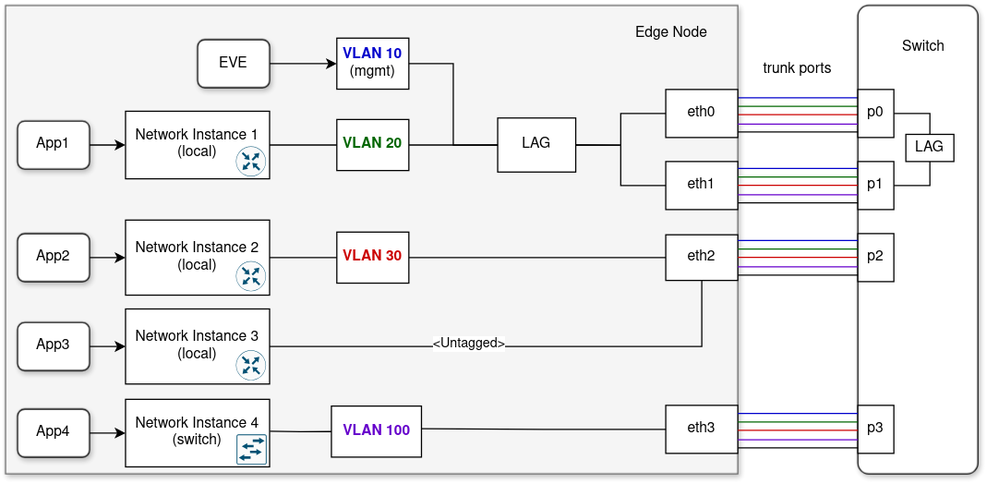
This is docs/images/eve-vlans-and-lags.png from lf-edge/eve, a draw.io export, as it was before one commit. Source tidied: cells renumbered, new cells last; positions are measured from the earlier drawing's top-left corner, leaving out a move shared by most shapes.
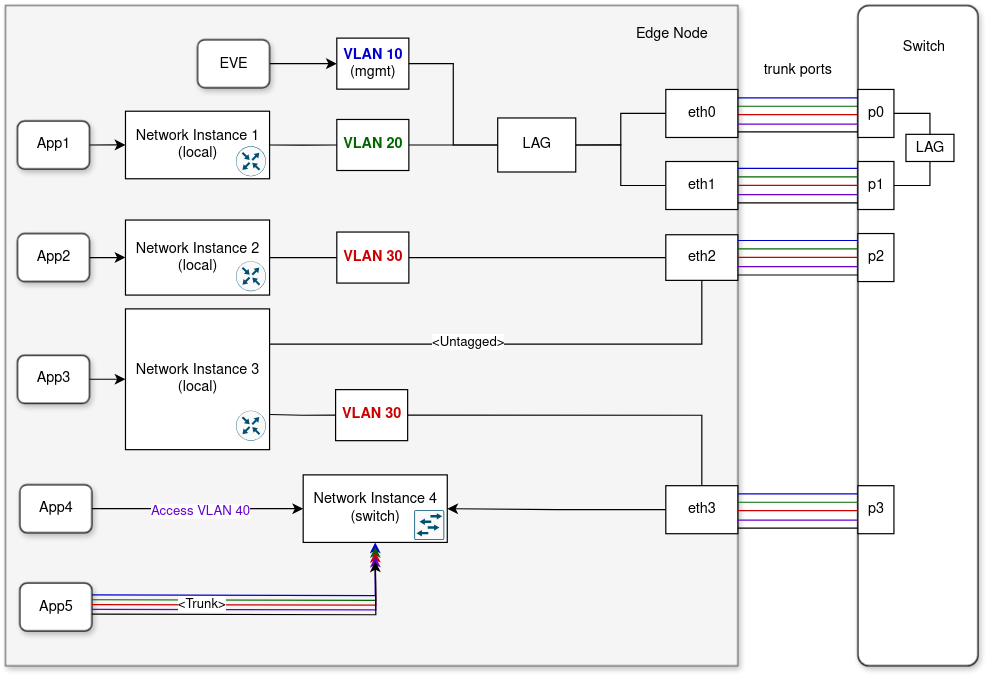
The same diagram one commit later.

Diff of the diagram source:
```diff
@@ -3,7 +3,7 @@
     <mxCell id="0" />
     <mxCell id="1" parent="0" />
     <mxCell id="2" style="rounded=0;whiteSpace=wrap;html=1;fillColor=#f5f5f5;fontColor=#333333;strokeColor=#666666;shadow=1;" parent="1" vertex="1">
-      <mxGeometry width="610" height="390" as="geometry" />
+      <mxGeometry width="610" height="550" as="geometry" />
     </mxCell>
     <mxCell id="3" style="edgeStyle=orthogonalEdgeStyle;rounded=0;jettySize=auto;html=1;exitX=1;exitY=0.5;exitDx=0;exitDy=0;entryX=0;entryY=0.5;entryDx=0;entryDy=0;" parent="1" edge="1" source="4" target="23">
       <mxGeometry relative="1" as="geometry" />
@@ -54,7 +54,7 @@
       <mxGeometry x="160" y="28.5" width="60" height="40" as="geometry" />
     </mxCell>
     <mxCell id="16" style="rounded=1;whiteSpace=wrap;html=1;shadow=1;arcSize=9;" parent="1" vertex="1">
-      <mxGeometry x="710" width="100" height="390" as="geometry" />
+      <mxGeometry x="710" width="100" height="550" as="geometry" />
     </mxCell>
     <mxCell id="17" value="eth1" style="rounded=0;whiteSpace=wrap;html=1;shadow=0;" parent="1" vertex="1">
       <mxGeometry x="550" y="130" width="60" height="40" as="geometry" />
@@ -83,7 +83,7 @@
     <mxCell id="25" value="Network Instance 2&lt;br&gt;(local)" style="rounded=0;whiteSpace=wrap;html=1;shadow=0;" parent="1" vertex="1">
       <mxGeometry x="100" y="178.8" width="120" height="62.5" as="geometry" />
     </mxCell>
-    <mxCell id="26" style="edgeStyle=orthogonalEdgeStyle;rounded=0;jettySize=auto;html=1;exitX=0.5;exitY=1;exitDx=0;exitDy=0;entryX=1;entryY=0.5;entryDx=0;entryDy=0;endArrow=none;endFill=0;" parent="1" edge="1" source="28" target="66">
+    <mxCell id="26" style="edgeStyle=orthogonalEdgeStyle;rounded=0;jettySize=auto;html=1;exitX=0.5;exitY=1;exitDx=0;exitDy=0;entryX=1;entryY=0.25;entryDx=0;entryDy=0;endArrow=none;endFill=0;" parent="1" edge="1" source="28" target="66">
       <mxGeometry relative="1" as="geometry" />
     </mxCell>
     <mxCell id="27" value="&amp;lt;Untagged&amp;gt;" style="edgeLabel;html=1;align=center;verticalAlign=middle;" parent="26" vertex="1">
@@ -98,30 +98,18 @@
     <mxCell id="30" value="App2" style="rounded=1;whiteSpace=wrap;html=1;shadow=1;" parent="1" vertex="1">
       <mxGeometry x="10" y="190" width="60" height="40" as="geometry" />
     </mxCell>
+    <mxCell id="72" style="edgeStyle=orthogonalEdgeStyle;rounded=0;jettySize=auto;html=1;exitX=0.5;exitY=0;exitDx=0;exitDy=0;entryX=1;entryY=0.5;entryDx=0;entryDy=0;endArrow=none;endFill=0;" parent="1" edge="1" source="31" target="83">
+      <mxGeometry relative="1" as="geometry" />
+    </mxCell>
     <mxCell id="31" value="eth3" style="rounded=0;whiteSpace=wrap;html=1;shadow=0;" parent="1" vertex="1">
-      <mxGeometry x="550" y="333" width="60" height="40" as="geometry" />
+      <mxGeometry x="550" y="400" width="60" height="40" as="geometry" />
     </mxCell>
-    <mxCell id="32" value="Network Instance 4&lt;br&gt;(switch)" style="rounded=0;whiteSpace=wrap;html=1;shadow=0;" parent="1" vertex="1">
-      <mxGeometry x="100" y="328" width="120" height="56.2" as="geometry" />
-    </mxCell>
     <mxCell id="33" style="sketch=0;verticalLabelPosition=bottom;html=1;verticalAlign=top;align=center;shape=mxgraph.cisco19.rect;prIcon=router;fillColor=#FAFAFA;strokeColor=#005073;" parent="1" vertex="1">
       <mxGeometry x="192" y="117.4" width="25" height="25" as="geometry" />
     </mxCell>
     <mxCell id="34" style="sketch=0;verticalLabelPosition=bottom;html=1;verticalAlign=top;align=center;shape=mxgraph.cisco19.rect;prIcon=router;fillColor=#FAFAFA;strokeColor=#005073;" parent="1" vertex="1">
       <mxGeometry x="192" y="213" width="25" height="25" as="geometry" />
     </mxCell>
-    <mxCell id="35" style="sketch=0;verticalLabelPosition=bottom;html=1;verticalAlign=top;align=center;shape=mxgraph.cisco19.rect;prIcon=l2_switch;fillColor=#FAFAFA;strokeColor=#005073;" parent="1" vertex="1">
-      <mxGeometry x="192.5" y="357.2" width="25" height="25" as="geometry" />
-    </mxCell>
-    <mxCell id="36" style="edgeStyle=orthogonalEdgeStyle;rounded=0;jettySize=auto;html=1;exitX=0;exitY=0.5;exitDx=0;exitDy=0;entryX=1.002;entryY=0.471;entryDx=0;entryDy=0;endArrow=none;endFill=0;entryPerimeter=0;" parent="1" edge="1" source="63" target="32">
-      <mxGeometry relative="1" as="geometry" />
-    </mxCell>
-    <mxCell id="37" style="edgeStyle=orthogonalEdgeStyle;rounded=0;jettySize=auto;html=1;exitX=1;exitY=0.5;exitDx=0;exitDy=0;" parent="1" edge="1" source="38" target="32">
-      <mxGeometry x="-0.01" relative="1" as="geometry" />
-    </mxCell>
-    <mxCell id="38" value="App4" style="rounded=1;whiteSpace=wrap;html=1;shadow=1;" parent="1" vertex="1">
-      <mxGeometry x="10" y="336.1" width="60" height="40" as="geometry" />
-    </mxCell>
     <mxCell id="39" style="edgeStyle=orthogonalEdgeStyle;rounded=0;jettySize=auto;html=1;exitX=1;exitY=0.5;exitDx=0;exitDy=0;entryX=0.5;entryY=0;entryDx=0;entryDy=0;endArrow=none;endFill=0;" parent="1" edge="1" source="40" target="45">
       <mxGeometry relative="1" as="geometry" />
     </mxCell>
@@ -138,7 +126,7 @@
       <mxGeometry x="710" y="190" width="30" height="40" as="geometry" />
     </mxCell>
     <mxCell id="44" value="p3" style="rounded=0;whiteSpace=wrap;html=1;shadow=0;" parent="1" vertex="1">
-      <mxGeometry x="710" y="333" width="30" height="40" as="geometry" />
+      <mxGeometry x="710" y="400" width="30" height="40" as="geometry" />
     </mxCell>
     <mxCell id="45" value="LAG" style="rounded=0;whiteSpace=wrap;html=1;shadow=0;" parent="1" vertex="1">
       <mxGeometry x="750" y="107.4" width="40" height="22.6" as="geometry" />
@@ -199,26 +187,26 @@
     </mxCell>
     <mxCell id="55" style="edgeStyle=orthogonalEdgeStyle;rounded=0;orthogonalLoop=1;jettySize=auto;html=1;exitX=1;exitY=0.25;exitDx=0;exitDy=0;entryX=0;entryY=0.25;entryDx=0;entryDy=0;endArrow=none;endFill=0;strokeColor=#0000CC;" parent="1" edge="1">
       <mxGeometry relative="1" as="geometry">
-        <mxPoint x="610" y="339.8" as="sourcePoint" />
-        <mxPoint x="710" y="339.8" as="targetPoint" />
+        <mxPoint x="610" y="406.8" as="sourcePoint" />
+        <mxPoint x="710" y="406.8" as="targetPoint" />
       </mxGeometry>
     </mxCell>
     <mxCell id="56" style="edgeStyle=orthogonalEdgeStyle;rounded=0;orthogonalLoop=1;jettySize=auto;html=1;exitX=1;exitY=0.5;exitDx=0;exitDy=0;entryX=0;entryY=0.5;entryDx=0;entryDy=0;endArrow=none;endFill=0;strokeColor=#006600;" parent="1" edge="1">
       <mxGeometry relative="1" as="geometry">
-        <mxPoint x="610" y="346.8" as="sourcePoint" />
-        <mxPoint x="710" y="346.8" as="targetPoint" />
+        <mxPoint x="610" y="413.8" as="sourcePoint" />
+        <mxPoint x="710" y="413.8" as="targetPoint" />
       </mxGeometry>
     </mxCell>
     <mxCell id="57" style="edgeStyle=orthogonalEdgeStyle;rounded=0;orthogonalLoop=1;jettySize=auto;html=1;exitX=1;exitY=0.75;exitDx=0;exitDy=0;entryX=0;entryY=0.75;entryDx=0;entryDy=0;endArrow=none;endFill=0;strokeColor=#CC0000;" parent="1" edge="1">
       <mxGeometry relative="1" as="geometry">
-        <mxPoint x="610" y="353.8" as="sourcePoint" />
-        <mxPoint x="710" y="353.8" as="targetPoint" />
+        <mxPoint x="610" y="420.8" as="sourcePoint" />
+        <mxPoint x="710" y="420.8" as="targetPoint" />
       </mxGeometry>
     </mxCell>
     <mxCell id="58" style="edgeStyle=orthogonalEdgeStyle;rounded=0;orthogonalLoop=1;jettySize=auto;html=1;exitX=1;exitY=0.75;exitDx=0;exitDy=0;entryX=0;entryY=0.75;entryDx=0;entryDy=0;endArrow=none;endFill=0;strokeColor=#6600CC;" parent="1" edge="1">
       <mxGeometry relative="1" as="geometry">
-        <mxPoint x="610" y="361.6" as="sourcePoint" />
-        <mxPoint x="710" y="361.6" as="targetPoint" />
+        <mxPoint x="610" y="428.6" as="sourcePoint" />
+        <mxPoint x="710" y="428.6" as="targetPoint" />
       </mxGeometry>
     </mxCell>
     <mxCell id="59" value="trunk ports" style="text;html=1;strokeColor=none;fillColor=none;align=center;verticalAlign=middle;whiteSpace=wrap;rounded=0;" parent="1" vertex="1">
@@ -230,20 +218,14 @@
     <mxCell id="61" value="Switch" style="text;html=1;strokeColor=none;fillColor=none;align=center;verticalAlign=middle;whiteSpace=wrap;rounded=0;" parent="1" vertex="1">
       <mxGeometry x="735" y="20" width="60" height="30" as="geometry" />
     </mxCell>
-    <mxCell id="62" style="edgeStyle=orthogonalEdgeStyle;rounded=0;jettySize=auto;html=1;exitX=0;exitY=0.5;exitDx=0;exitDy=0;entryX=0.998;entryY=0.442;entryDx=0;entryDy=0;entryPerimeter=0;endArrow=none;endFill=0;" parent="1" edge="1" source="31" target="63">
-      <mxGeometry relative="1" as="geometry" />
-    </mxCell>
-    <mxCell id="63" value="&lt;b style=&quot;&quot;&gt;&lt;font color=&quot;#6600cc&quot;&gt;VLAN 100&lt;/font&gt;&lt;/b&gt;" style="rounded=0;whiteSpace=wrap;html=1;shadow=0;" parent="1" vertex="1">
-      <mxGeometry x="271.5" y="333.6" width="75" height="42.5" as="geometry" />
-    </mxCell>
     <mxCell id="64" style="edgeStyle=orthogonalEdgeStyle;rounded=0;jettySize=auto;html=1;exitX=1;exitY=0.5;exitDx=0;exitDy=0;entryX=0;entryY=0.5;entryDx=0;entryDy=0;" parent="1" edge="1" source="65" target="66">
       <mxGeometry relative="1" as="geometry" />
     </mxCell>
     <mxCell id="65" value="App3" style="rounded=1;whiteSpace=wrap;html=1;shadow=1;" parent="1" vertex="1">
-      <mxGeometry x="10" y="264" width="60" height="40" as="geometry" />
+      <mxGeometry x="10" y="291.4" width="60" height="40" as="geometry" />
     </mxCell>
     <mxCell id="66" value="Network Instance 3&lt;br&gt;(local)" style="rounded=0;whiteSpace=wrap;html=1;shadow=0;" parent="1" vertex="1">
-      <mxGeometry x="100" y="252.8" width="120" height="62.5" as="geometry" />
+      <mxGeometry x="100" y="252.8" width="120" height="117.2" as="geometry" />
     </mxCell>
     <mxCell id="67" style="edgeStyle=orthogonalEdgeStyle;rounded=0;orthogonalLoop=1;jettySize=auto;html=1;exitX=1;exitY=0.75;exitDx=0;exitDy=0;entryX=0;entryY=0.75;entryDx=0;entryDy=0;endArrow=none;endFill=0;strokeColor=#000000;fillColor=#647687;" parent="1" edge="1">
       <mxGeometry relative="1" as="geometry">
@@ -253,8 +235,8 @@
     </mxCell>
     <mxCell id="68" style="edgeStyle=orthogonalEdgeStyle;rounded=0;orthogonalLoop=1;jettySize=auto;html=1;exitX=1;exitY=0.75;exitDx=0;exitDy=0;entryX=0;entryY=0.75;entryDx=0;entryDy=0;endArrow=none;endFill=0;strokeColor=#000000;fillColor=#647687;" parent="1" edge="1">
       <mxGeometry relative="1" as="geometry">
-        <mxPoint x="610" y="368.4" as="sourcePoint" />
-        <mxPoint x="710" y="368.4" as="targetPoint" />
+        <mxPoint x="610" y="435.4" as="sourcePoint" />
+        <mxPoint x="710" y="435.4" as="targetPoint" />
       </mxGeometry>
     </mxCell>
     <mxCell id="69" style="edgeStyle=orthogonalEdgeStyle;rounded=0;orthogonalLoop=1;jettySize=auto;html=1;exitX=1;exitY=0.75;exitDx=0;exitDy=0;entryX=0;entryY=0.75;entryDx=0;entryDy=0;endArrow=none;endFill=0;strokeColor=#000000;fillColor=#647687;" parent="1" edge="1">
@@ -270,7 +252,70 @@
       </mxGeometry>
     </mxCell>
     <mxCell id="71" style="sketch=0;verticalLabelPosition=bottom;html=1;verticalAlign=top;align=center;shape=mxgraph.cisco19.rect;prIcon=router;fillColor=#FAFAFA;strokeColor=#005073;" parent="1" vertex="1">
-      <mxGeometry x="192" y="287.2" width="25" height="25" as="geometry" />
+      <mxGeometry x="192" y="337.5" width="25" height="25" as="geometry" />
     </mxCell>
+    <mxCell id="32" value="Network Instance 4&lt;br&gt;(switch)" style="rounded=0;whiteSpace=wrap;html=1;shadow=0;" parent="1" vertex="1">
+      <mxGeometry x="248" y="391" width="120" height="56.2" as="geometry" />
+    </mxCell>
+    <mxCell id="73" style="sketch=0;verticalLabelPosition=bottom;html=1;verticalAlign=top;align=center;shape=mxgraph.cisco19.rect;prIcon=l2_switch;fillColor=#FAFAFA;strokeColor=#005073;" parent="1" vertex="1">
+      <mxGeometry x="340.5" y="420.2" width="25" height="25" as="geometry" />
+    </mxCell>
+    <mxCell id="37" style="edgeStyle=orthogonalEdgeStyle;rounded=0;jettySize=auto;html=1;exitX=1;exitY=0.5;exitDx=0;exitDy=0;" parent="1" edge="1" source="38" target="32">
+      <mxGeometry x="-0.01" relative="1" as="geometry" />
+    </mxCell>
+    <mxCell id="74" value="&lt;span style=&quot;color: rgb(102, 0, 204);&quot;&gt;Access VLAN 40 &lt;/span&gt;" style="edgeLabel;html=1;align=center;verticalAlign=middle;" parent="37" vertex="1">
+      <mxGeometry x="-0.38" y="-1" relative="1" as="geometry">
+        <mxPoint x="35" as="offset" />
+      </mxGeometry>
+    </mxCell>
+    <mxCell id="38" value="App4" style="rounded=1;whiteSpace=wrap;html=1;shadow=1;" parent="1" vertex="1">
+      <mxGeometry x="12" y="399.1" width="60" height="40" as="geometry" />
+    </mxCell>
+    <mxCell id="75" style="edgeStyle=orthogonalEdgeStyle;rounded=0;jettySize=auto;html=1;exitX=1;exitY=0.5;exitDx=0;exitDy=0;entryX=0.5;entryY=1;entryDx=0;entryDy=0;strokeColor=#0000CC;" parent="1" edge="1" target="32">
+      <mxGeometry relative="1" as="geometry">
+        <mxPoint x="72" y="491" as="sourcePoint" />
+      </mxGeometry>
+    </mxCell>
+    <mxCell id="76" value="App5" style="rounded=1;whiteSpace=wrap;html=1;shadow=1;" parent="1" vertex="1">
+      <mxGeometry x="12" y="481" width="60" height="40" as="geometry" />
+    </mxCell>
+    <mxCell id="77" style="edgeStyle=orthogonalEdgeStyle;rounded=0;orthogonalLoop=1;jettySize=auto;html=1;exitX=1;exitY=0.5;exitDx=0;exitDy=0;entryX=0.5;entryY=1;entryDx=0;entryDy=0;strokeColor=#006600;" parent="1" edge="1">
+      <mxGeometry relative="1" as="geometry">
+        <mxPoint x="72" y="495" as="sourcePoint" />
+        <mxPoint x="308" y="451" as="targetPoint" />
+      </mxGeometry>
+    </mxCell>
+    <mxCell id="78" style="edgeStyle=orthogonalEdgeStyle;rounded=0;orthogonalLoop=1;jettySize=auto;html=1;exitX=1;exitY=0.5;exitDx=0;exitDy=0;entryX=0.5;entryY=1;entryDx=0;entryDy=0;strokeColor=#CC0000;" parent="1" edge="1">
+      <mxGeometry relative="1" as="geometry">
+        <mxPoint x="72" y="499" as="sourcePoint" />
+        <mxPoint x="308" y="455" as="targetPoint" />
+      </mxGeometry>
+    </mxCell>
+    <mxCell id="79" style="edgeStyle=orthogonalEdgeStyle;rounded=0;orthogonalLoop=1;jettySize=auto;html=1;exitX=1;exitY=0.5;exitDx=0;exitDy=0;entryX=0.5;entryY=1;entryDx=0;entryDy=0;strokeColor=#6600CC;" parent="1" edge="1">
+      <mxGeometry relative="1" as="geometry">
+        <mxPoint x="72" y="503" as="sourcePoint" />
+        <mxPoint x="308" y="459" as="targetPoint" />
+      </mxGeometry>
+    </mxCell>
+    <mxCell id="80" value="&amp;lt;Trunk&amp;gt;" style="edgeLabel;html=1;align=center;verticalAlign=middle;" parent="1" vertex="1">
+      <mxGeometry x="245" y="429" as="geometry">
+        <mxPoint x="-82" y="69" as="offset" />
+      </mxGeometry>
+    </mxCell>
+    <mxCell id="81" style="edgeStyle=orthogonalEdgeStyle;rounded=0;orthogonalLoop=1;jettySize=auto;html=1;exitX=1;exitY=0.5;exitDx=0;exitDy=0;entryX=0.5;entryY=1;entryDx=0;entryDy=0;strokeColor=#000000;" parent="1" edge="1">
+      <mxGeometry relative="1" as="geometry">
+        <mxPoint x="72" y="507" as="sourcePoint" />
+        <mxPoint x="308" y="463" as="targetPoint" />
+      </mxGeometry>
+    </mxCell>
+    <mxCell id="82" style="edgeStyle=orthogonalEdgeStyle;rounded=0;jettySize=auto;html=1;exitX=0;exitY=0.5;exitDx=0;exitDy=0;entryX=1;entryY=0.75;entryDx=0;entryDy=0;endArrow=none;endFill=0;" parent="1" edge="1" source="83" target="66">
+      <mxGeometry relative="1" as="geometry" />
+    </mxCell>
+    <mxCell id="83" value="&lt;font color=&quot;#cc0000&quot;&gt;&lt;b&gt;VLAN 30&lt;/b&gt;&lt;/font&gt;" style="rounded=0;whiteSpace=wrap;html=1;shadow=0;" parent="1" vertex="1">
+      <mxGeometry x="275" y="320" width="60" height="42.5" as="geometry" />
+    </mxCell>
+    <mxCell id="84" style="edgeStyle=orthogonalEdgeStyle;rounded=0;jettySize=auto;html=1;exitX=0;exitY=0.5;exitDx=0;exitDy=0;entryX=1;entryY=0.5;entryDx=0;entryDy=0;" parent="1" edge="1" source="31" target="32">
+      <mxGeometry relative="1" as="geometry" />
+    </mxCell>
   </root>
 </mxGraphModel>
```
